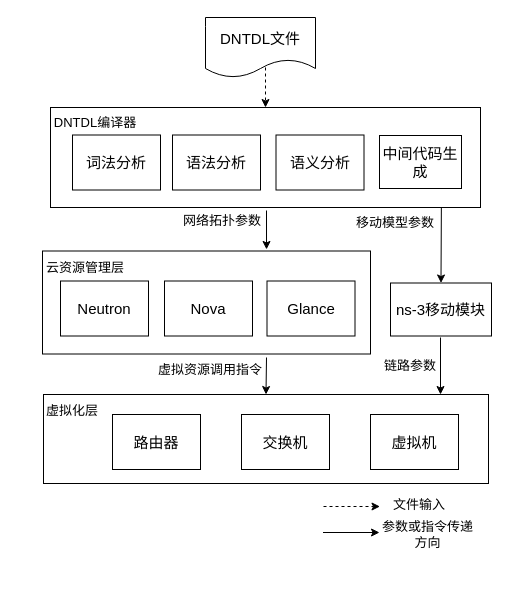
Icarus1994/neutron_conf keeps this draw.io diagram as dntdl实现机制.drawio. Above is the earlier version. Source tidied: cells renumbered, new cells numbered last; positions are measured from the earlier drawing's top-left corner, leaving out a move shared by most shapes. Both pictures are drawn from the tidied source at 100%, with x=0, y=0 at pixel (17, 17).
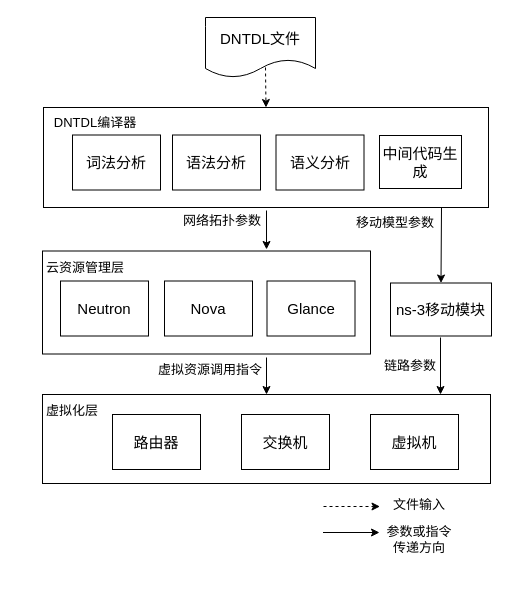
The same page after the edit.

Unchanged cells that the change refers to:
```xml
<mxCell id="18" value="&lt;span style=&quot;font-size: 15px&quot;&gt;ns-3移动模块&lt;/span&gt;" style="rounded=0;whiteSpace=wrap;html=1;" parent="1" vertex="1">
  <mxGeometry x="373" y="265.5" width="101" height="53" as="geometry" />
</mxCell>
```

Change to the diagram source:
```diff
@@
-    <mxCell id="3" style="rounded=0;jettySize=auto;html=1;exitX=0.909;exitY=1;exitDx=0;exitDy=0;entryX=0.5;entryY=0;entryDx=0;entryDy=0;exitPerimeter=0;" parent="1" edge="1" source="5" target="18">
-      <mxGeometry relative="1" as="geometry" />
+    <mxCell id="3" style="rounded=0;jettySize=auto;html=1;entryX=0.5;entryY=0;entryDx=0;entryDy=0;" parent="1" edge="1" target="18">
+      <mxGeometry relative="1" as="geometry">
+        <mxPoint x="424" y="190" as="sourcePoint" />
+      </mxGeometry>
     </mxCell>
@@
     <mxCell id="5" style="rounded=0;whiteSpace=wrap;html=1;" parent="1" vertex="1">
-      <mxGeometry x="33" y="90" width="430" height="100" as="geometry" />
+      <mxGeometry x="26" y="90" width="445" height="100" as="geometry" />
     </mxCell>
@@
     <mxCell id="7" style="rounded=0;whiteSpace=wrap;html=1;" parent="1" vertex="1">
-      <mxGeometry x="26" y="377" width="445" height="89" as="geometry" />
+      <mxGeometry x="25" y="377" width="448" height="89" as="geometry" />
     </mxCell>
@@
     <mxCell id="33" value="&lt;font style=&quot;font-size: 13px&quot;&gt;参数或指令传递方向&lt;/font&gt;" style="text;html=1;strokeColor=none;fillColor=none;align=center;verticalAlign=middle;whiteSpace=wrap;rounded=0;" parent="1" vertex="1">
-      <mxGeometry x="363" y="480" width="95" height="74" as="geometry" />
+      <mxGeometry x="364" y="485" width="76" height="74" as="geometry" />
     </mxCell>
```
